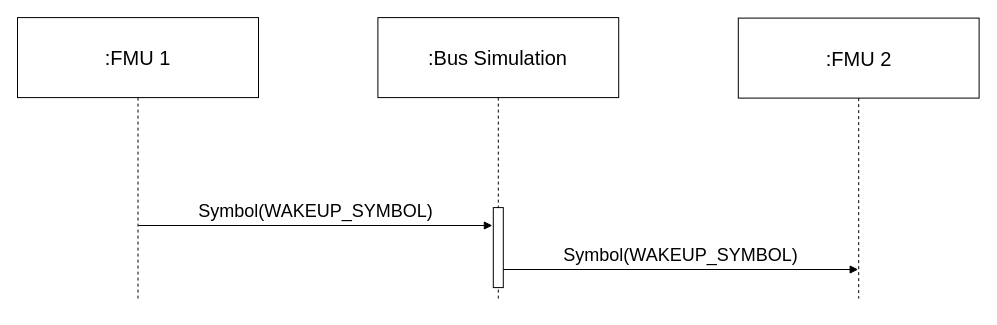
Above: docs/images/flexray_wake_up.drawio in modelica/fmi-ls-bus (draw.io), before the change. Source tidied: cells renumbered, new cells numbered last; positions are measured from the earlier drawing's top-left corner, leaving out a move shared by most shapes. Both pictures are drawn from the tidied source at 100%, with x=0, y=0 at pixel (17, 17).
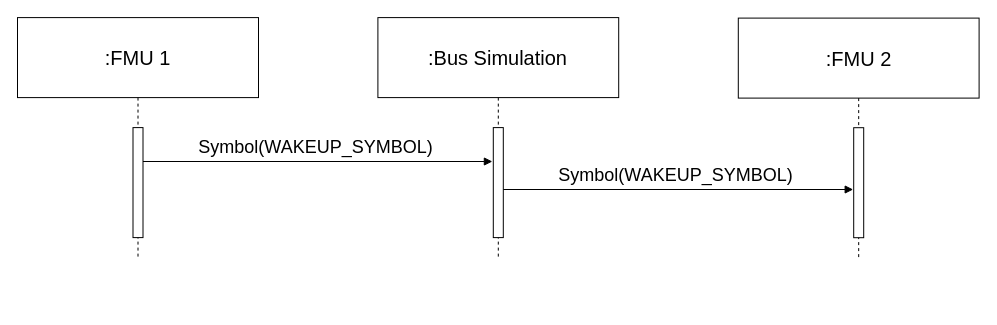
After the change.

Change to the diagram source:
```diff
@@
 <mxGraphModel>
   <root>
     <mxCell id="0" />
     <mxCell id="1" parent="0" />
+    <mxCell id="8" value="&lt;font style=&quot;font-size: 18px;&quot;&gt;Symbol(WAKEUP_SYMBOL)&lt;/font&gt;" style="html=1;verticalAlign=bottom;endArrow=block;curved=0;rounded=0;" parent="1" edge="1">
+      <mxGeometry relative="1" as="geometry">
+        <mxPoint x="480.8" y="172" as="sourcePoint" />
+        <mxPoint x="835.7" y="172" as="targetPoint" />
+      </mxGeometry>
+    </mxCell>
+    <mxCell id="7" value="&lt;font style=&quot;font-size: 18px;&quot;&gt;Symbol(WAKEUP_SYMBOL)&lt;/font&gt;" style="html=1;verticalAlign=bottom;endArrow=block;curved=0;rounded=0;" parent="1" edge="1">
+      <mxGeometry relative="1" as="geometry">
+        <mxPoint x="121" y="144" as="sourcePoint" />
+        <mxPoint x="474.9" y="144" as="targetPoint" />
+      </mxGeometry>
+    </mxCell>
     <mxCell id="2" value="&lt;font style=&quot;font-size: 20px;&quot;&gt;:FMU 1&lt;/font&gt;" style="shape=umlLifeline;perimeter=lifelinePerimeter;whiteSpace=wrap;html=1;newEdgeStyle={&quot;curved&quot;:0,&quot;rounded&quot;:0};size=80;" parent="1" vertex="1">
-      <mxGeometry y="0.1" width="241" height="280.9" as="geometry" />
+      <mxGeometry y="0.1" width="241" height="240.9" as="geometry" />
     </mxCell>
+    <mxCell id="9" style="html=1;perimeter=orthogonalPerimeter;targetShapes=umlLifeline;newEdgeStyle={&quot;curved&quot;:0,&quot;rounded&quot;:0};fillColor=default;" parent="2" vertex="1">
+      <mxGeometry x="115.5" y="110" width="10" height="110" as="geometry" />
+    </mxCell>
     <mxCell id="3" value="&lt;font style=&quot;font-size: 20px;&quot;&gt;:FMU 2&lt;/font&gt;" style="shape=umlLifeline;perimeter=lifelinePerimeter;whiteSpace=wrap;html=1;newEdgeStyle={&quot;curved&quot;:0,&quot;rounded&quot;:0};size=80;" parent="1" vertex="1">
-      <mxGeometry x="720.8" y="0.6" width="240.8" height="280.4" as="geometry" />
+      <mxGeometry x="720.8" y="0.6" width="240.8" height="240.4" as="geometry" />
     </mxCell>
+    <mxCell id="10" style="html=1;perimeter=orthogonalPerimeter;targetShapes=umlLifeline;newEdgeStyle={&quot;curved&quot;:0,&quot;rounded&quot;:0};fillColor=default;" parent="3" vertex="1">
+      <mxGeometry x="115.4" y="109.6" width="10" height="110" as="geometry" />
+    </mxCell>
     <mxCell id="4" value="&lt;font style=&quot;font-size: 20px;&quot;&gt;:Bus Simulation&lt;/font&gt;" style="shape=umlLifeline;perimeter=lifelinePerimeter;whiteSpace=wrap;html=1;newEdgeStyle={&quot;curved&quot;:0,&quot;rounded&quot;:0};size=80;" parent="1" vertex="1">
-      <mxGeometry x="360.4" y="0.1" width="240.8" height="280.9" as="geometry" />
+      <mxGeometry x="360.4" y="0.1" width="240.8" height="240.9" as="geometry" />
     </mxCell>
     <mxCell id="5" style="ellipse;whiteSpace=wrap;html=1;align=center;fillColor=none;strokeColor=none;perimeter=centerPerimeter;" parent="4" vertex="1">
-      <mxGeometry x="180.5" y="280" width="10" height="10" as="geometry" />
+      <mxGeometry x="180.5" y="200" width="10" height="10" as="geometry" />
     </mxCell>
     <mxCell id="6" style="html=1;perimeter=orthogonalPerimeter;targetShapes=umlLifeline;newEdgeStyle={&quot;curved&quot;:0,&quot;rounded&quot;:0};fillColor=default;" parent="4" vertex="1">
-      <mxGeometry x="115.4" y="190" width="10" height="80" as="geometry" />
+      <mxGeometry x="115.4" y="110" width="10" height="110" as="geometry" />
     </mxCell>
-    <mxCell id="7" value="&lt;font style=&quot;font-size: 18px;&quot;&gt;Symbol(WAKEUP_SYMBOL)&lt;/font&gt;" style="html=1;verticalAlign=bottom;endArrow=block;curved=0;rounded=0;" parent="1" edge="1">
-      <mxGeometry relative="1" as="geometry">
-        <mxPoint x="121" y="208" as="sourcePoint" />
-        <mxPoint x="474.9" y="208" as="targetPoint" />
-      </mxGeometry>
-    </mxCell>
-    <mxCell id="8" value="&lt;font style=&quot;font-size: 18px;&quot;&gt;Symbol(WAKEUP_SYMBOL)&lt;/font&gt;" style="html=1;verticalAlign=bottom;endArrow=block;curved=0;rounded=0;" parent="1" edge="1">
-      <mxGeometry relative="1" as="geometry">
-        <mxPoint x="485.8" y="252" as="sourcePoint" />
-        <mxPoint x="840.7" y="252" as="targetPoint" />
-      </mxGeometry>
-    </mxCell>
   </root>
 </mxGraphModel>
```
